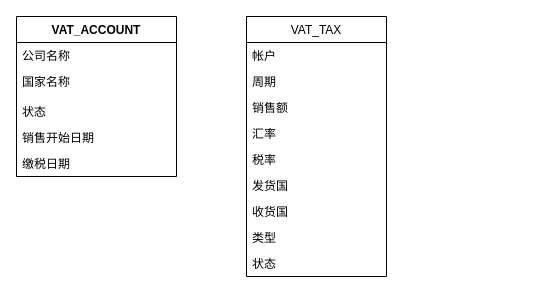
Above: 未命名绘图.drawio in doun/acm (draw.io), before the change. Source tidied: cells renumbered, new cells numbered last; positions are measured from the earlier drawing's top-left corner, leaving out a move shared by most shapes. Both pictures are drawn from the tidied source at 100%, with x=0, y=0 at pixel (16, 16).
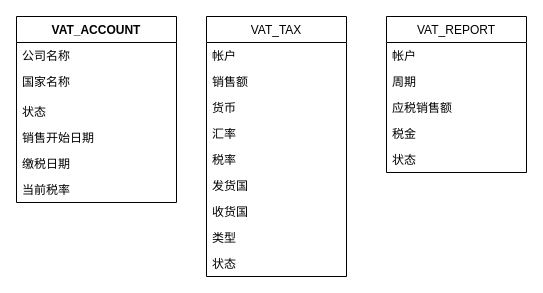
The same diagram, later.

Commit message (it also covers changes not shown here):
更新未命名绘图.drawio

The edit, as a diff of the source:
```diff
@@
     <mxCell id="2" value="VAT_ACCOUNT" style="swimlane;fontStyle=1;align=center;verticalAlign=top;horizontal=1;startSize=26;" parent="1" vertex="1">
-      <mxGeometry width="160" height="160" as="geometry" />
+      <mxGeometry width="160" height="186" as="geometry" />
     </mxCell>
@@
+    <mxCell id="18" value="当前税率" style="text;strokeColor=none;fillColor=none;align=left;verticalAlign=top;spacingLeft=4;spacingRight=4;overflow=hidden;" parent="2" vertex="1">
+      <mxGeometry y="160" width="160" height="26" as="geometry" />
+    </mxCell>
     <mxCell id="8" value="VAT_TAX" style="swimlane;fontStyle=0;horizontal=1;startSize=26;fillColor=none;" parent="1" vertex="1">
-      <mxGeometry x="230" width="140" height="260" as="geometry" />
+      <mxGeometry x="190" width="140" height="260" as="geometry" />
     </mxCell>
-    <mxCell id="9" value="帐户" style="text;strokeColor=none;fillColor=none;align=left;verticalAlign=top;spacingLeft=4;spacingRight=4;overflow=hidden;" parent="8" vertex="1">
-      <mxGeometry y="26" width="140" height="26" as="geometry" />
-    </mxCell>
-    <mxCell id="10" value="周期" style="text;strokeColor=none;fillColor=none;align=left;verticalAlign=top;spacingLeft=4;spacingRight=4;overflow=hidden;" parent="8" vertex="1">
-      <mxGeometry y="52" width="140" height="26" as="geometry" />
-    </mxCell>
+    <mxCell id="19" value="帐户" style="text;strokeColor=none;fillColor=none;align=left;verticalAlign=top;spacingLeft=4;spacingRight=4;overflow=hidden;" parent="8" vertex="1">
+      <mxGeometry y="26" width="140" height="26" as="geometry" />
+    </mxCell>
     <mxCell id="11" value="销售额" style="text;strokeColor=none;fillColor=none;align=left;verticalAlign=top;spacingLeft=4;spacingRight=4;overflow=hidden;" parent="8" vertex="1">
-      <mxGeometry y="78" width="140" height="26" as="geometry" />
+      <mxGeometry y="52" width="140" height="26" as="geometry" />
     </mxCell>
+    <mxCell id="20" value="货币" style="text;strokeColor=none;fillColor=none;align=left;verticalAlign=top;spacingLeft=4;spacingRight=4;overflow=hidden;" parent="8" vertex="1">
+      <mxGeometry y="78" width="140" height="26" as="geometry" />
+    </mxCell>
@@
+    <mxCell id="21" value="VAT_REPORT" style="swimlane;fontStyle=0;horizontal=1;startSize=26;fillColor=none;" parent="1" vertex="1">
+      <mxGeometry x="370" width="140" height="156" as="geometry" />
+    </mxCell>
+    <mxCell id="9" value="帐户" style="text;strokeColor=none;fillColor=none;align=left;verticalAlign=top;spacingLeft=4;spacingRight=4;overflow=hidden;" parent="21" vertex="1">
+      <mxGeometry y="26" width="140" height="26" as="geometry" />
+    </mxCell>
+    <mxCell id="10" value="周期" style="text;strokeColor=none;fillColor=none;align=left;verticalAlign=top;spacingLeft=4;spacingRight=4;overflow=hidden;" parent="21" vertex="1">
+      <mxGeometry y="52" width="140" height="26" as="geometry" />
+    </mxCell>
+    <mxCell id="22" value="应税销售额" style="text;strokeColor=none;fillColor=none;align=left;verticalAlign=top;spacingLeft=4;spacingRight=4;overflow=hidden;" parent="21" vertex="1">
+      <mxGeometry y="78" width="140" height="26" as="geometry" />
+    </mxCell>
+    <mxCell id="23" value="税金" style="text;strokeColor=none;fillColor=none;align=left;verticalAlign=top;spacingLeft=4;spacingRight=4;overflow=hidden;" parent="21" vertex="1">
+      <mxGeometry y="104" width="140" height="26" as="geometry" />
+    </mxCell>
+    <mxCell id="24" value="状态" style="text;strokeColor=none;fillColor=none;align=left;verticalAlign=top;spacingLeft=4;spacingRight=4;overflow=hidden;" parent="21" vertex="1">
+      <mxGeometry y="130" width="140" height="26" as="geometry" />
+    </mxCell>
```
